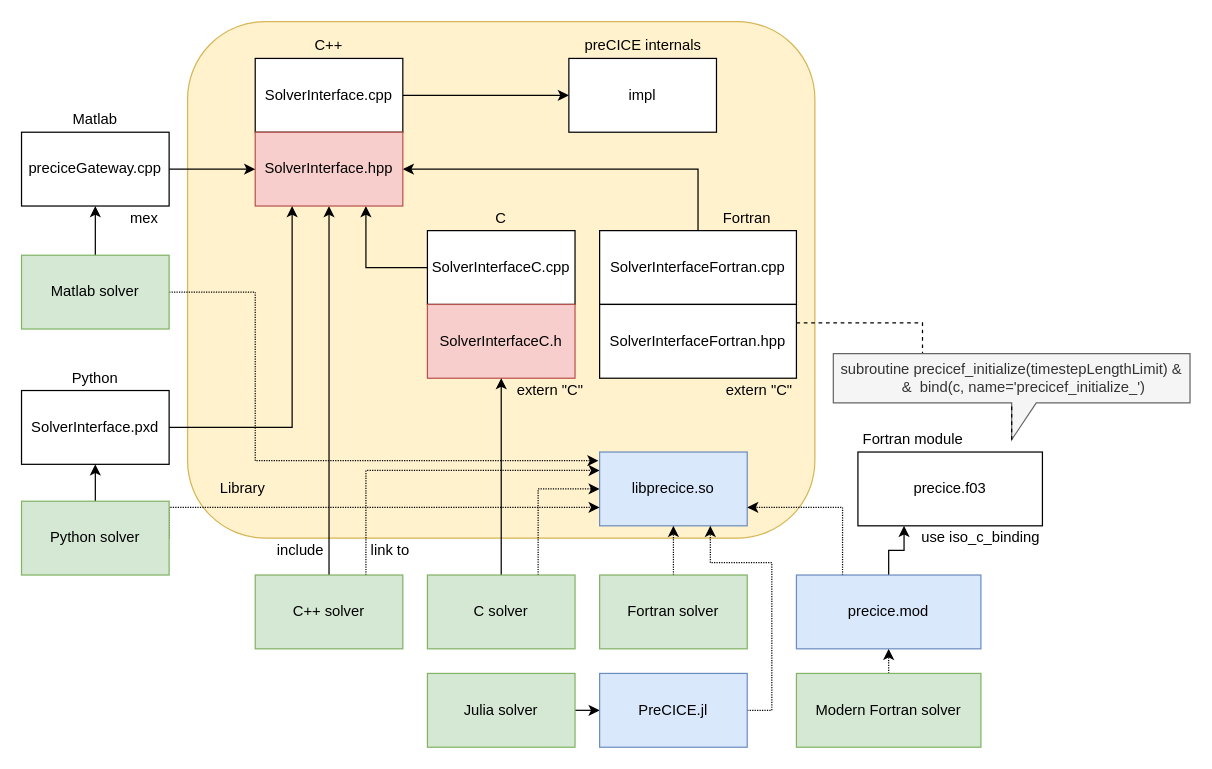
Above: images/docs/Bindings.drawio in precice/precice.github.io (draw.io), before the change. Source tidied: cells renumbered, new cells numbered last; positions are measured from the earlier drawing's top-left corner, leaving out a move shared by most shapes. Both pictures are drawn from the tidied source at 123%, with x=0, y=0 at pixel (21, 21).
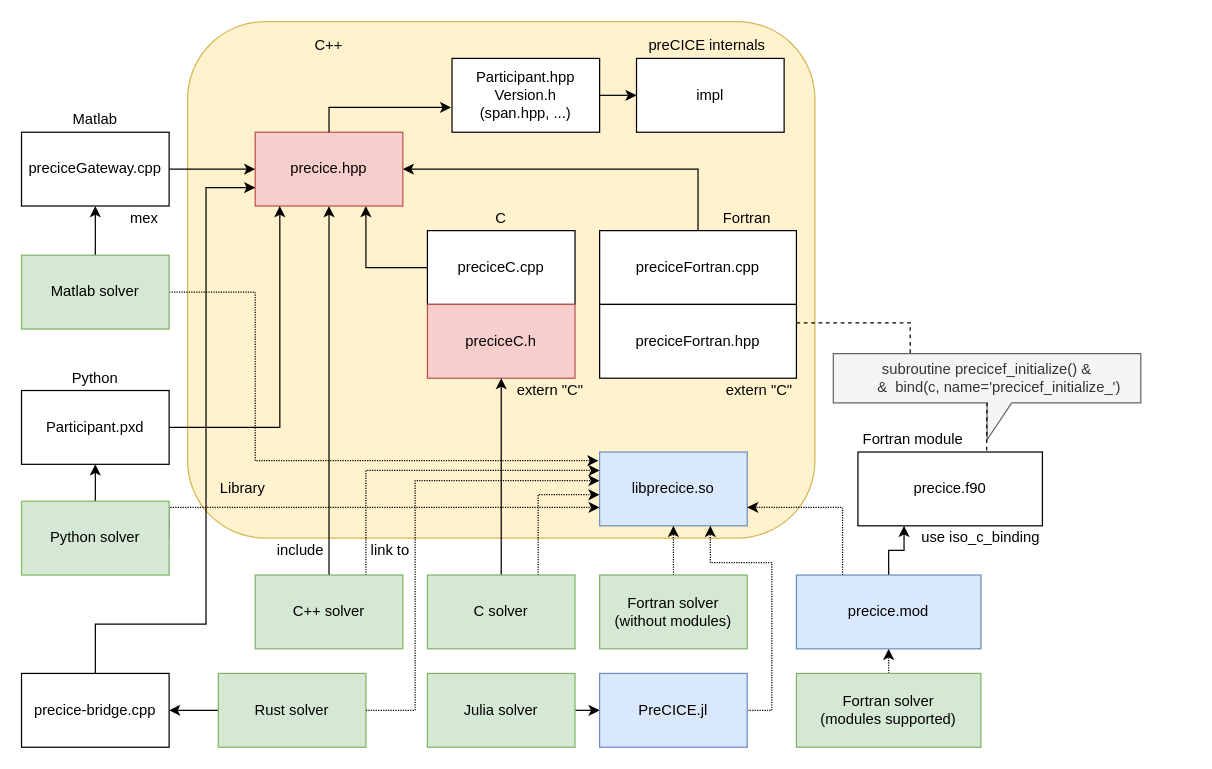
Above is the later version.

Commit message (it also covers changes not shown here):
Update bindings overview picture (#333)

* Update bindings overview picture

* Move arrow of Python bindings to precice.hpp

* Add Rust bindings

Unchanged cells that the change refers to:
```xml
<mxCell id="16" value="C solver" style="rounded=0;whiteSpace=wrap;html=1;fillColor=#d5e8d4;strokeColor=#82b366;" parent="1" vertex="1">
  <mxGeometry x="330" y="450" width="120" height="60" as="geometry" />
</mxCell>
<mxCell id="22" value="libprecice.so" style="rounded=0;whiteSpace=wrap;html=1;fillColor=#dae8fc;strokeColor=#6c8ebf;" parent="1" vertex="1">
  <mxGeometry x="470" y="350" width="120" height="60" as="geometry" />
</mxCell>
```

What changed in the source:
```diff
@@
-    <mxCell id="3" style="edgeStyle=orthogonalEdgeStyle;rounded=0;jettySize=auto;html=1;exitX=1;exitY=0.5;exitDx=0;exitDy=0;entryX=0;entryY=0.5;entryDx=0;entryDy=0;" parent="1" edge="1" source="4" target="7">
+    <mxCell id="3" style="edgeStyle=orthogonalEdgeStyle;rounded=0;jettySize=auto;html=1;entryX=0;entryY=0.5;entryDx=0;entryDy=0;exitX=1;exitY=0.5;exitDx=0;exitDy=0;" parent="1" edge="1" source="60" target="7">
       <mxGeometry relative="1" as="geometry" />
     </mxCell>
-    <mxCell id="4" value="SolverInterface.cpp" style="rounded=0;whiteSpace=wrap;html=1;" parent="1" vertex="1">
-      <mxGeometry x="190" y="30" width="120" height="60" as="geometry" />
-    </mxCell>
@@
-    <mxCell id="6" value="&lt;div&gt;SolverInterfaceC.cpp&lt;br&gt;&lt;/div&gt;" style="rounded=0;whiteSpace=wrap;html=1;" parent="1" vertex="1">
+    <mxCell id="6" value="&lt;div&gt;preciceC.cpp&lt;br&gt;&lt;/div&gt;" style="rounded=0;whiteSpace=wrap;html=1;" parent="1" vertex="1">
       <mxGeometry x="330" y="170" width="120" height="60" as="geometry" />
     </mxCell>
     <mxCell id="7" value="impl" style="rounded=0;whiteSpace=wrap;html=1;" parent="1" vertex="1">
-      <mxGeometry x="445" y="30" width="120" height="60" as="geometry" />
+      <mxGeometry x="500" y="30" width="120" height="60" as="geometry" />
     </mxCell>
@@
-    <mxCell id="9" value="SolverInterfaceC.h" style="rounded=0;whiteSpace=wrap;html=1;fillColor=#f8cecc;strokeColor=#b85450;" parent="1" vertex="1">
+    <mxCell id="9" value="preciceC.h" style="rounded=0;whiteSpace=wrap;html=1;fillColor=#f8cecc;strokeColor=#b85450;" parent="1" vertex="1">
       <mxGeometry x="330" y="230" width="120" height="60" as="geometry" />
     </mxCell>
@@
-    <mxCell id="15" style="edgeStyle=orthogonalEdgeStyle;rounded=0;jettySize=auto;html=1;exitX=0.75;exitY=0;exitDx=0;exitDy=0;entryX=0;entryY=0.5;entryDx=0;entryDy=0;dashed=1;dashPattern=1 1;" parent="1" edge="1" source="16" target="22">
+    <mxCell id="15" style="edgeStyle=orthogonalEdgeStyle;rounded=0;jettySize=auto;html=1;exitX=0.75;exitY=0;exitDx=0;exitDy=0;entryX=-0.001;entryY=0.579;entryDx=0;entryDy=0;dashed=1;dashPattern=1 1;entryPerimeter=0;" parent="1" edge="1" source="16" target="22">
       <mxGeometry relative="1" as="geometry" />
     </mxCell>
@@
-    <mxCell id="18" value="SolverInterfaceFortran.cpp" style="rounded=0;whiteSpace=wrap;html=1;" parent="1" vertex="1">
+    <mxCell id="18" value="preciceFortran.cpp" style="rounded=0;whiteSpace=wrap;html=1;" parent="1" vertex="1">
       <mxGeometry x="470" y="170" width="160" height="60" as="geometry" />
     </mxCell>
@@
-    <mxCell id="20" value="SolverInterfaceFortran.hpp" style="rounded=0;whiteSpace=wrap;html=1;" parent="1" vertex="1">
+    <mxCell id="20" value="preciceFortran.hpp" style="rounded=0;whiteSpace=wrap;html=1;" parent="1" vertex="1">
       <mxGeometry x="470" y="230" width="160" height="60" as="geometry" />
     </mxCell>
@@
-    <mxCell id="24" value="Fortran solver" style="rounded=0;whiteSpace=wrap;html=1;fillColor=#d5e8d4;strokeColor=#82b366;" parent="1" vertex="1">
+    <mxCell id="24" value="Fortran solver&lt;br&gt;(without modules)" style="rounded=0;whiteSpace=wrap;html=1;fillColor=#d5e8d4;strokeColor=#82b366;" parent="1" vertex="1">
       <mxGeometry x="470" y="450" width="120" height="60" as="geometry" />
     </mxCell>
@@
-    <mxCell id="27" value="precice.f03" style="rounded=0;whiteSpace=wrap;html=1;" parent="1" vertex="1">
+    <mxCell id="27" value="precice.f90" style="rounded=0;whiteSpace=wrap;html=1;" parent="1" vertex="1">
       <mxGeometry x="680" y="350" width="150" height="60" as="geometry" />
     </mxCell>
-    <mxCell id="28" value="SolverInterface.hpp" style="rounded=0;whiteSpace=wrap;html=1;fillColor=#f8cecc;strokeColor=#b85450;" parent="1" vertex="1">
+    <mxCell id="28" value="precice.hpp" style="rounded=0;whiteSpace=wrap;html=1;fillColor=#f8cecc;strokeColor=#b85450;" parent="1" vertex="1">
       <mxGeometry x="190" y="90" width="120" height="60" as="geometry" />
     </mxCell>
@@
-    <mxCell id="30" value="Modern Fortran solver" style="rounded=0;whiteSpace=wrap;html=1;fillColor=#d5e8d4;strokeColor=#82b366;" parent="1" vertex="1">
+    <mxCell id="30" value="Fortran solver&lt;br&gt;(modules supported)" style="rounded=0;whiteSpace=wrap;html=1;fillColor=#d5e8d4;strokeColor=#82b366;" parent="1" vertex="1">
       <mxGeometry x="630" y="530" width="150" height="60" as="geometry" />
     </mxCell>
@@
-    <mxCell id="32" value="subroutine precicef_initialize(timestepLengthLimit) &amp;amp;&lt;br&gt;&amp;nbsp;&amp;nbsp;&amp;nbsp;&amp;nbsp;&amp;nbsp; &amp;amp;&amp;nbsp; bind(c, name='precicef_initialize_')" style="shape=callout;whiteSpace=wrap;html=1;perimeter=calloutPerimeter;fillColor=#f5f5f5;strokeColor=#666666;fontColor=#333333;position2=0.5;" parent="1" vertex="1">
-      <mxGeometry x="660" y="270" width="290" height="70" as="geometry" />
+    <mxCell id="32" value="subroutine precicef_initialize() &amp;amp;&lt;br&gt;&amp;nbsp;&amp;nbsp;&amp;nbsp;&amp;nbsp;&amp;nbsp; &amp;amp;&amp;nbsp; bind(c, name='precicef_initialize_')" style="shape=callout;whiteSpace=wrap;html=1;perimeter=calloutPerimeter;fillColor=#f5f5f5;strokeColor=#666666;fontColor=#333333;position2=0.5;" parent="1" vertex="1">
+      <mxGeometry x="660" y="270" width="250" height="70" as="geometry" />
     </mxCell>
@@
-    <mxCell id="36" style="edgeStyle=orthogonalEdgeStyle;rounded=0;orthogonalLoop=1;jettySize=auto;html=1;exitX=0;exitY=0;exitDx=145;exitDy=70;exitPerimeter=0;dashed=1;endArrow=none;endFill=0;" parent="1" edge="1" source="32" target="32">
+    <mxCell id="36" style="edgeStyle=orthogonalEdgeStyle;rounded=0;jettySize=auto;html=1;exitX=0.698;exitY=-0.021;exitDx=0;exitDy=0;exitPerimeter=0;dashed=1;endArrow=none;endFill=0;" parent="1" edge="1" source="27" target="32">
       <mxGeometry relative="1" as="geometry" />
     </mxCell>
@@
     <mxCell id="38" value="preCICE internals" style="text;html=1;strokeColor=none;fillColor=none;align=center;verticalAlign=middle;whiteSpace=wrap;rounded=0;" parent="1" vertex="1">
-      <mxGeometry x="452.5" y="10" width="105" height="20" as="geometry" />
+      <mxGeometry x="505" y="10" width="105" height="20" as="geometry" />
     </mxCell>
@@
-    <mxCell id="41" style="edgeStyle=orthogonalEdgeStyle;rounded=0;jettySize=auto;html=1;exitX=1;exitY=0.5;exitDx=0;exitDy=0;entryX=0.25;entryY=1;entryDx=0;entryDy=0;" parent="1" edge="1" source="42" target="28">
-      <mxGeometry relative="1" as="geometry" />
+    <mxCell id="41" style="edgeStyle=orthogonalEdgeStyle;rounded=0;orthogonalLoop=1;jettySize=auto;html=1;exitX=1;exitY=0.5;exitDx=0;exitDy=0;" parent="1" edge="1">
+      <mxGeometry relative="1" as="geometry">
+        <mxPoint x="40" y="330" as="sourcePoint" />
+        <mxPoint x="210" y="150" as="targetPoint" />
+        <Array as="points">
+          <mxPoint x="210" y="330" />
+        </Array>
+      </mxGeometry>
     </mxCell>
-    <mxCell id="42" value="SolverInterface.pxd" style="rounded=0;whiteSpace=wrap;html=1;" parent="1" vertex="1">
+    <mxCell id="42" value="Participant.pxd" style="rounded=0;whiteSpace=wrap;html=1;" parent="1" vertex="1">
       <mxGeometry y="300" width="120" height="60" as="geometry" />
     </mxCell>
@@
+    <mxCell id="59" style="edgeStyle=orthogonalEdgeStyle;rounded=0;jettySize=auto;html=1;exitX=0;exitY=0.5;exitDx=0;exitDy=0;entryX=1;entryY=0.5;entryDx=0;entryDy=0;" parent="1" edge="1" source="61" target="63">
+      <mxGeometry relative="1" as="geometry" />
+    </mxCell>
+    <mxCell id="60" value="Participant.hpp&lt;br&gt;Version.h&lt;br&gt;(span.hpp, ...)" style="rounded=0;whiteSpace=wrap;html=1;" parent="1" vertex="1">
+      <mxGeometry x="350" y="30" width="120" height="60" as="geometry" />
+    </mxCell>
+    <mxCell id="61" value="Rust solver" style="rounded=0;whiteSpace=wrap;html=1;fillColor=#d5e8d4;strokeColor=#82b366;" parent="1" vertex="1">
+      <mxGeometry x="160" y="530" width="120" height="60" as="geometry" />
+    </mxCell>
+    <mxCell id="62" style="edgeStyle=orthogonalEdgeStyle;rounded=0;jettySize=auto;html=1;exitX=0.5;exitY=0;exitDx=0;exitDy=0;entryX=-0.006;entryY=0.664;entryDx=0;entryDy=0;entryPerimeter=0;" parent="1" edge="1" source="28" target="60">
+      <mxGeometry relative="1" as="geometry" />
+    </mxCell>
+    <mxCell id="63" value="precice-bridge.cpp" style="rounded=0;whiteSpace=wrap;html=1;" parent="1" vertex="1">
+      <mxGeometry y="530" width="120" height="60" as="geometry" />
+    </mxCell>
+    <mxCell id="64" style="edgeStyle=orthogonalEdgeStyle;rounded=0;jettySize=auto;html=1;exitX=0.5;exitY=0;exitDx=0;exitDy=0;entryX=0;entryY=0.75;entryDx=0;entryDy=0;" parent="1" edge="1" source="63" target="28">
+      <mxGeometry relative="1" as="geometry">
+        <Array as="points">
+          <mxPoint x="60" y="490" />
+          <mxPoint x="150" y="490" />
+          <mxPoint x="150" y="135" />
+        </Array>
+      </mxGeometry>
+    </mxCell>
+    <mxCell id="65" style="edgeStyle=orthogonalEdgeStyle;rounded=0;jettySize=auto;html=1;exitX=1;exitY=0.5;exitDx=0;exitDy=0;entryX=-0.001;entryY=0.388;entryDx=0;entryDy=0;entryPerimeter=0;dashed=1;dashPattern=1 1;" parent="1" edge="1" source="61" target="22">
+      <mxGeometry relative="1" as="geometry">
+        <Array as="points">
+          <mxPoint x="320" y="560" />
+          <mxPoint x="320" y="373" />
+        </Array>
+      </mxGeometry>
+    </mxCell>
```
